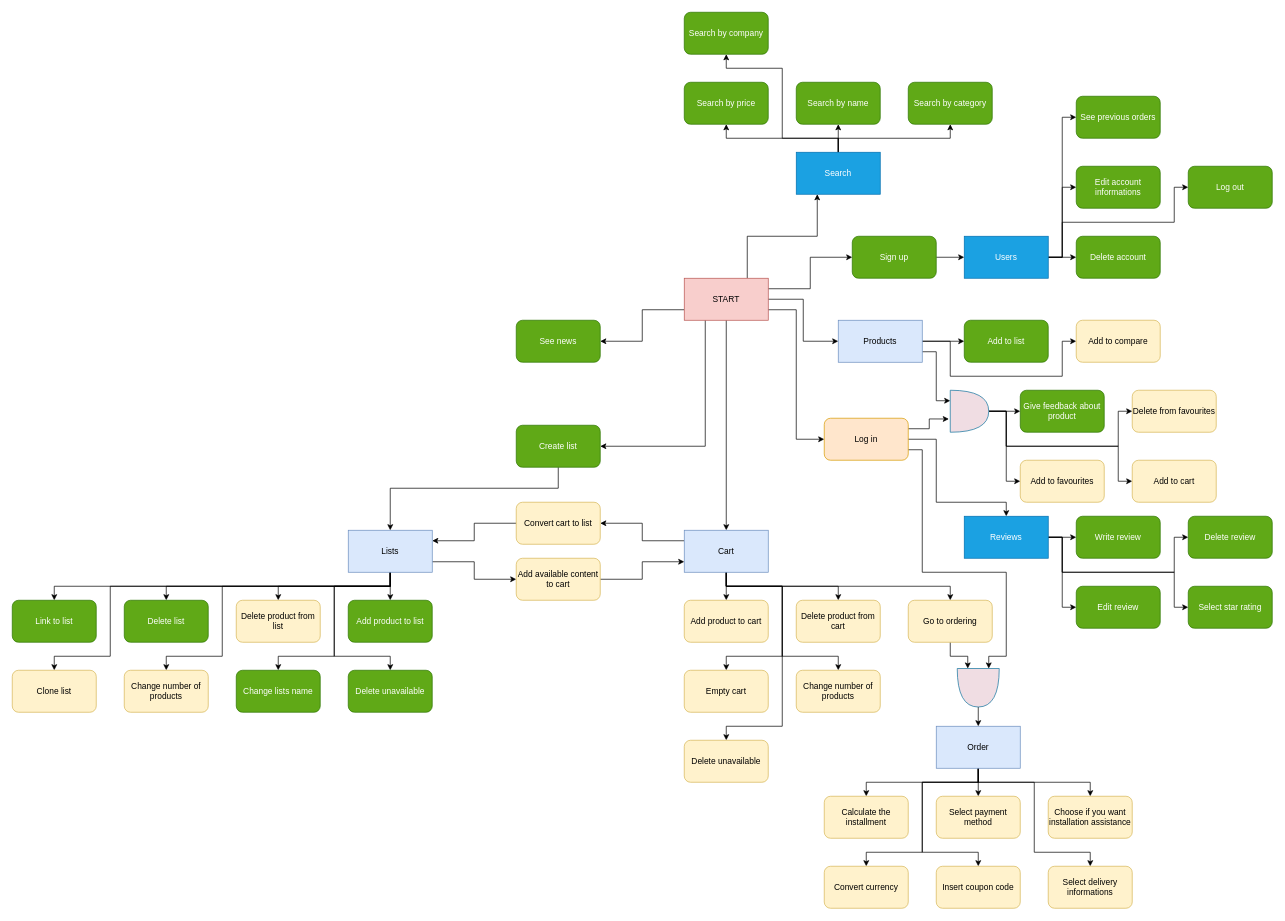
This is Documentation/DrawioFiles/functionalitiesSchema.drawio from Rumi152/X-KOMdb, a draw.io file, before an edit. Source tidied: cells renumbered, new cells numbered last; positions are measured from the earlier drawing's top-left corner, leaving out a move shared by most shapes. Both pictures are drawn from the tidied source at 70%, with x=0, y=0 at pixel (12, 12).
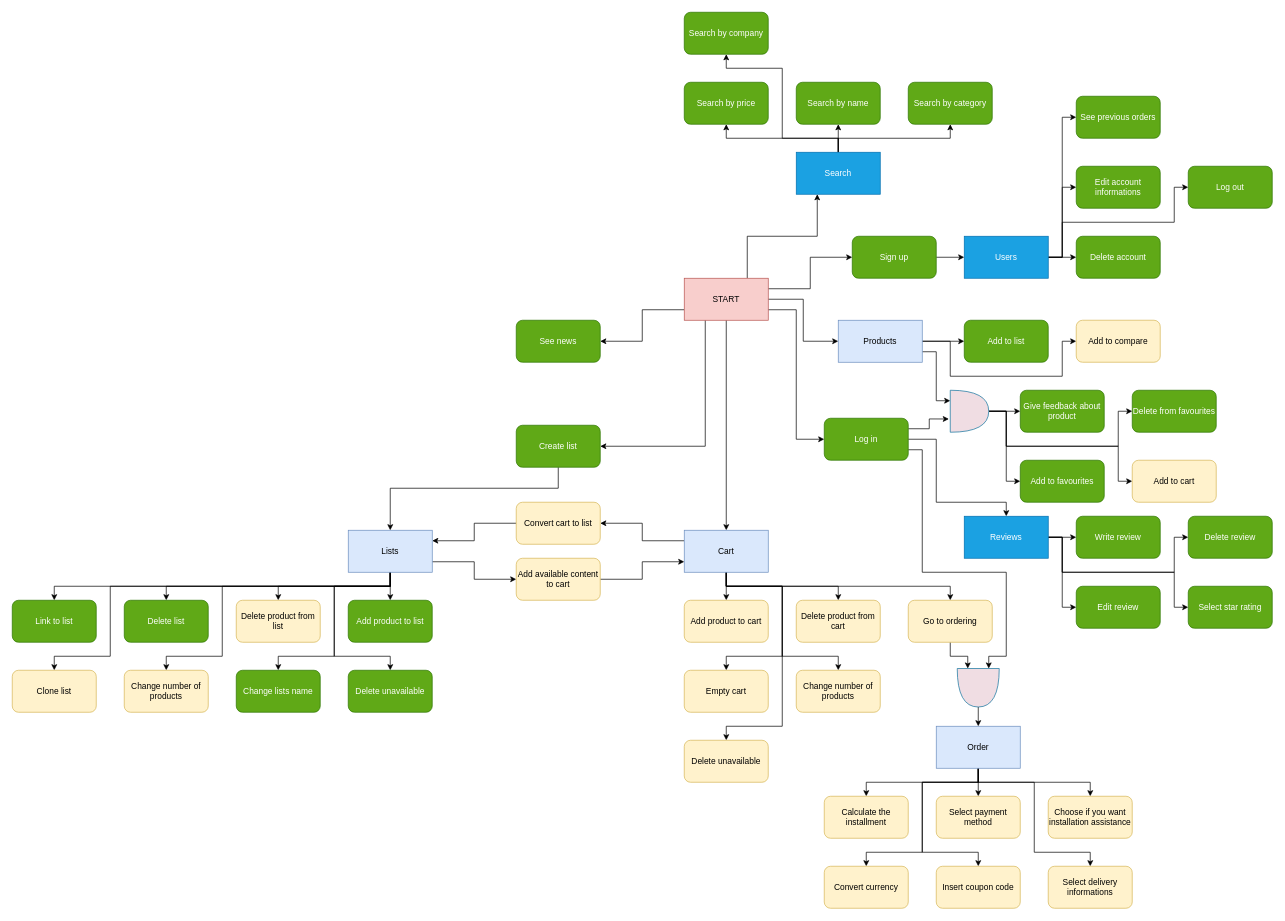
After the change.

Commit message (it also covers changes not shown here):
implemented adding and removing from favourites

Change to the diagram source:
```diff
@@
-    <mxCell id="13" value="Log in" style="rounded=1;whiteSpace=wrap;html=1;fillColor=#ffe6cc;strokeColor=#d79b00;fontColor=#000000;" parent="1" vertex="1">
+    <mxCell id="13" value="Log in" style="rounded=1;whiteSpace=wrap;html=1;fillColor=#60a917;strokeColor=#2D7600;fontColor=#ffffff;" parent="1" vertex="1">
       <mxGeometry x="1160" y="580" width="120" height="60" as="geometry" />
     </mxCell>
@@
-    <mxCell id="90" value="Add to favourites" style="rounded=1;whiteSpace=wrap;html=1;strokeColor=#d6b656;fontFamily=Helvetica;fontSize=12;fontColor=#000000;fillColor=#fff2cc;" parent="1" vertex="1">
+    <mxCell id="90" value="Add to favourites" style="rounded=1;whiteSpace=wrap;html=1;strokeColor=#2D7600;fontFamily=Helvetica;fontSize=12;fontColor=#ffffff;fillColor=#60a917;" parent="1" vertex="1">
       <mxGeometry x="1440" y="640" width="120" height="60" as="geometry" />
     </mxCell>
-    <mxCell id="91" value="Delete from favourites" style="rounded=1;whiteSpace=wrap;html=1;strokeColor=#d6b656;fontFamily=Helvetica;fontSize=12;fontColor=#000000;fillColor=#fff2cc;" parent="1" vertex="1">
+    <mxCell id="91" value="Delete from favourites" style="rounded=1;whiteSpace=wrap;html=1;strokeColor=#2D7600;fontFamily=Helvetica;fontSize=12;fontColor=#ffffff;fillColor=#60a917;" parent="1" vertex="1">
       <mxGeometry x="1600" y="540" width="120" height="60" as="geometry" />
     </mxCell>
```
